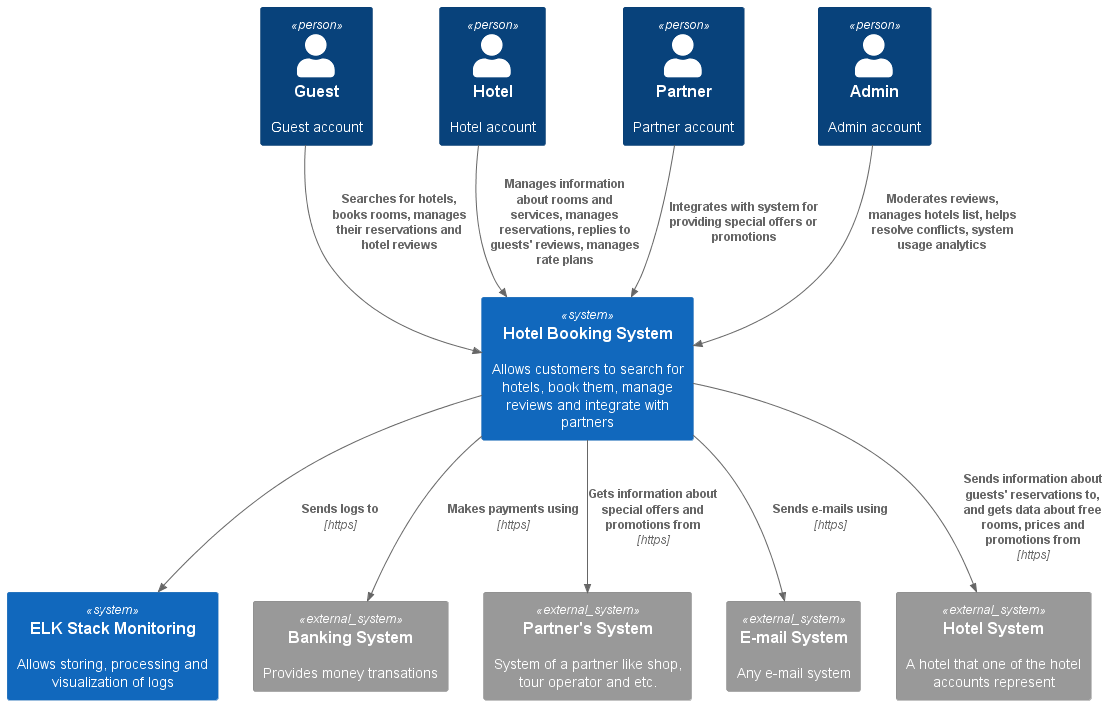
The PlantUML diagram C4/Context.png in RuprechtKraus/SPM, before a commit.
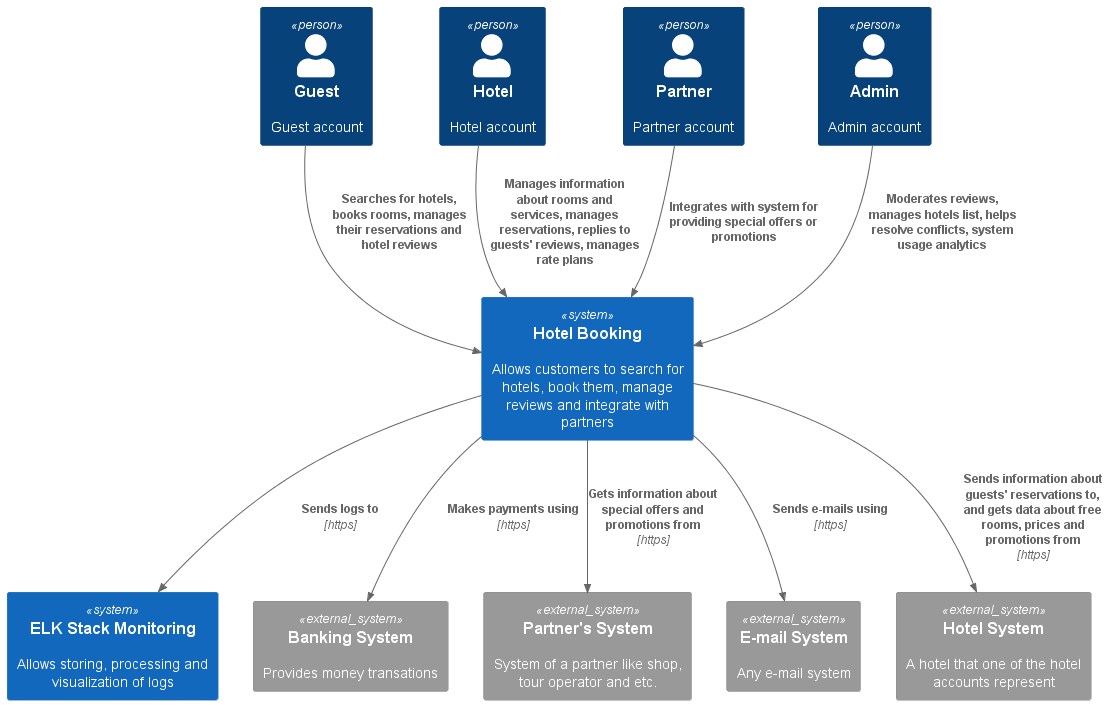
Above is the later version.

Diff of the diagram source:
```diff
@@ -7,7 +7,7 @@
 Person(PartnerUser, "Partner", "Partner account")
 Person(AdminUser, "Admin", "Admin account")
 
-System(HotelBookingSystem, "Hotel Booking System", "Allows customers to search for hotels, book them, manage reviews and integrate with partners")
+System(HotelBookingSystem, "Hotel Booking", "Allows customers to search for hotels, book them, manage reviews and integrate with partners")
 System(MonitoringSystem, "ELK Stack Monitoring", "Allows storing, processing and visualization of logs")
 
 Rel(HotelBookingSystem, MonitoringSystem, "Sends logs to", "https")
```
